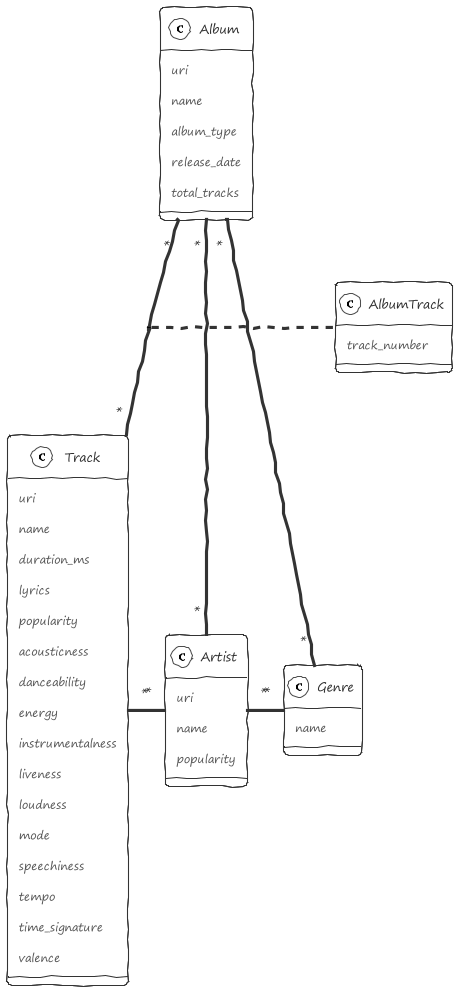
Above: out/database/database.png in Educorreia932/FEUP-PRI (PlantUML), before the change.
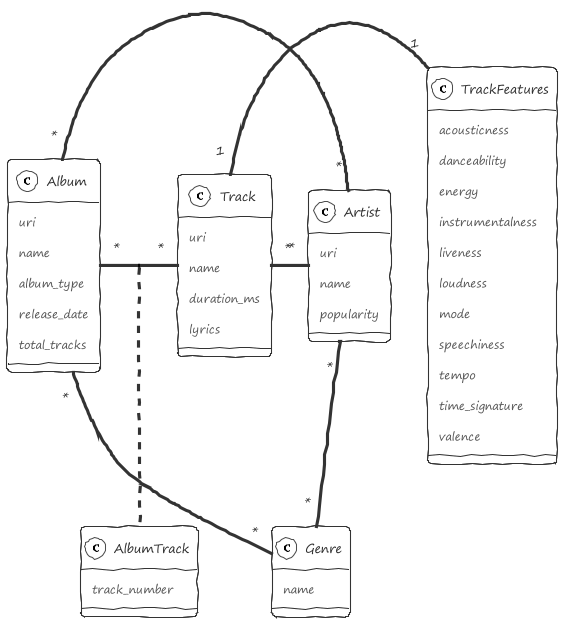
Later version of the same file.

Diff of the diagram source:
```diff
@@ -4,12 +4,13 @@
 
 Artist "*" - "*" Genre
 
-Album "*" -- "*" Track
+Album "*" - "*" Track
 (Album, Track) .. AlbumTrack
-Album "*" - "*" Genre
+Album "*" -- "*" Genre
 Album "*" - "*" Artist
 
 Track "*" - "*" Artist
+Track "1" - "1" TrackFeatures
 
 Genre : name
 
@@ -27,18 +28,18 @@
 Track : name
 Track : duration_ms
 Track : lyrics
-Track : popularity
-Track : acousticness
-Track : danceability
-Track : energy
-Track : instrumentalness
-Track : liveness
-Track : loudness
-Track : mode
-Track : speechiness
-Track : tempo
-Track : time_signature
-Track : valence
+
+TrackFeatures : acousticness
+TrackFeatures : danceability
+TrackFeatures : energy
+TrackFeatures : instrumentalness
+TrackFeatures : liveness
+TrackFeatures : loudness
+TrackFeatures : mode
+TrackFeatures : speechiness
+TrackFeatures : tempo
+TrackFeatures : time_signature
+TrackFeatures : valence
 
 AlbumTrack : track_number
 
```
